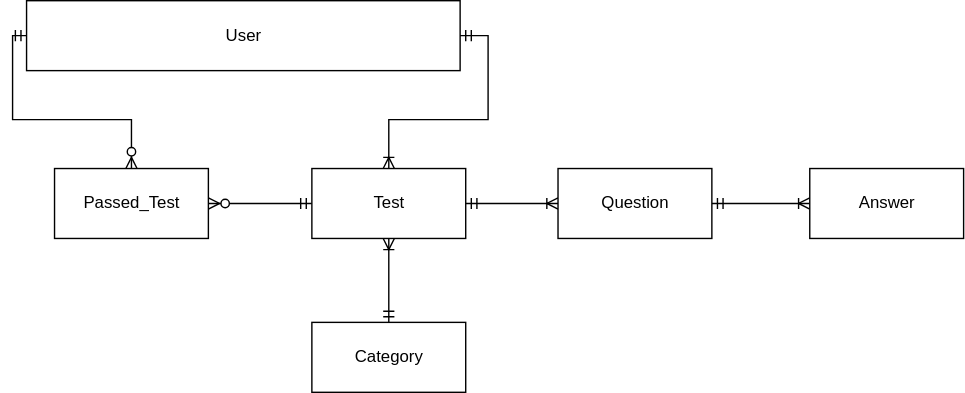
Above: public/Untitled Diagram.svg in lina1812/TestGuru (draw.io), before the change. Source tidied: cells renumbered, new cells last; positions are measured from the earlier drawing's top-left corner, leaving out a move shared by most shapes. The source it was exported from:
```xml
<mxGraphModel>
  <root>
    <mxCell id="0" />
    <mxCell id="1" parent="0" />
    <mxCell id="2" style="edgeStyle=orthogonalEdgeStyle;rounded=0;jettySize=auto;html=1;startArrow=ERmandOne;startFill=0;endArrow=ERzeroToMany;endFill=1;" parent="1" edge="1" source="3" target="7">
      <mxGeometry relative="1" as="geometry">
        <Array as="points">
          <mxPoint y="25" />
          <mxPoint y="85" />
          <mxPoint x="85" y="85" />
        </Array>
      </mxGeometry>
    </mxCell>
    <mxCell id="3" value="User" style="html=1;" parent="1" vertex="1">
      <mxGeometry x="10" width="310" height="50" as="geometry" />
    </mxCell>
    <mxCell id="4" style="edgeStyle=orthogonalEdgeStyle;rounded=0;jettySize=auto;html=1;entryX=1;entryY=0.5;entryDx=0;entryDy=0;startArrow=ERmandOne;startFill=0;endArrow=ERzeroToMany;endFill=1;" parent="1" edge="1" source="6" target="7">
      <mxGeometry relative="1" as="geometry" />
    </mxCell>
    <mxCell id="5" style="edgeStyle=orthogonalEdgeStyle;rounded=0;jettySize=auto;html=1;startArrow=ERmandOne;startFill=0;endArrow=ERoneToMany;endFill=0;" parent="1" edge="1" source="6" target="9">
      <mxGeometry relative="1" as="geometry" />
    </mxCell>
    <mxCell id="6" value="Test" style="html=1;" parent="1" vertex="1">
      <mxGeometry x="214" y="120" width="110" height="50" as="geometry" />
    </mxCell>
    <mxCell id="7" value="Passed_Test" style="html=1;" parent="1" vertex="1">
      <mxGeometry x="30" y="120" width="110" height="50" as="geometry" />
    </mxCell>
    <mxCell id="8" style="edgeStyle=orthogonalEdgeStyle;rounded=0;jettySize=auto;html=1;entryX=0;entryY=0.5;entryDx=0;entryDy=0;startArrow=ERmandOne;startFill=0;endArrow=ERoneToMany;endFill=0;" parent="1" edge="1" source="9" target="10">
      <mxGeometry relative="1" as="geometry" />
    </mxCell>
    <mxCell id="9" value="Question" style="html=1;" parent="1" vertex="1">
      <mxGeometry x="390" y="120" width="110" height="50" as="geometry" />
    </mxCell>
    <mxCell id="10" value="Answer" style="html=1;" parent="1" vertex="1">
      <mxGeometry x="570" y="120" width="110" height="50" as="geometry" />
    </mxCell>
    <mxCell id="11" style="edgeStyle=orthogonalEdgeStyle;rounded=0;jettySize=auto;html=1;startArrow=ERmandOne;startFill=0;endArrow=ERoneToMany;endFill=0;exitX=1;exitY=0.5;exitDx=0;exitDy=0;" parent="1" edge="1" source="3" target="6">
      <mxGeometry relative="1" as="geometry" />
    </mxCell>
    <mxCell id="12" style="edgeStyle=orthogonalEdgeStyle;rounded=0;jettySize=auto;html=1;startArrow=ERmandOne;startFill=0;endArrow=ERoneToMany;endFill=0;" parent="1" edge="1" source="13" target="6">
      <mxGeometry relative="1" as="geometry" />
    </mxCell>
    <mxCell id="13" value="Category" style="html=1;" parent="1" vertex="1">
      <mxGeometry x="214" y="230" width="110" height="50" as="geometry" />
    </mxCell>
  </root>
</mxGraphModel>
```
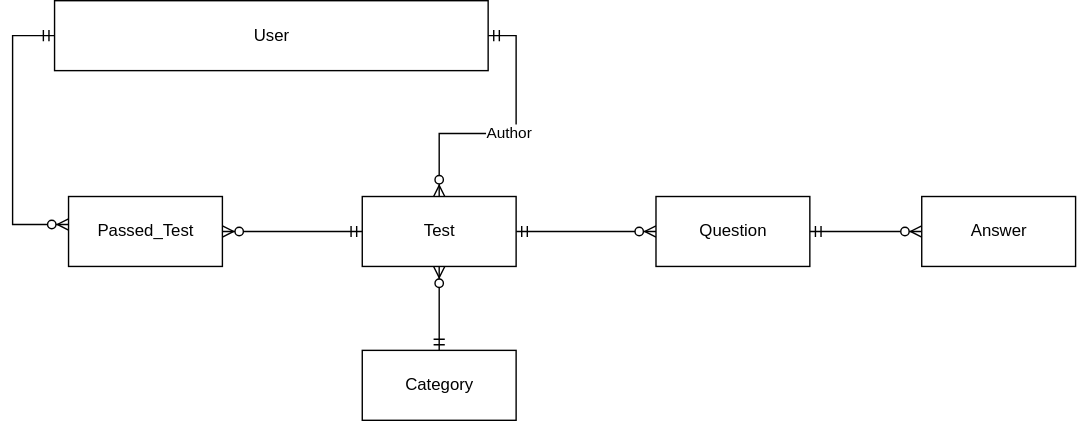
The same file after the commit.

What changed in the source:
```diff
@@ -5,44 +5,43 @@
     <mxCell id="2" style="edgeStyle=orthogonalEdgeStyle;rounded=0;jettySize=auto;html=1;startArrow=ERmandOne;startFill=0;endArrow=ERzeroToMany;endFill=1;" parent="1" edge="1" source="3" target="7">
       <mxGeometry relative="1" as="geometry">
         <Array as="points">
-          <mxPoint y="25" />
-          <mxPoint y="85" />
-          <mxPoint x="85" y="85" />
+          <mxPoint x="-50" y="-215" />
+          <mxPoint x="-50" y="-80" />
         </Array>
       </mxGeometry>
     </mxCell>
     <mxCell id="3" value="User" style="html=1;" parent="1" vertex="1">
-      <mxGeometry x="10" width="310" height="50" as="geometry" />
+      <mxGeometry x="-20" y="-240" width="310" height="50" as="geometry" />
     </mxCell>
     <mxCell id="4" style="edgeStyle=orthogonalEdgeStyle;rounded=0;jettySize=auto;html=1;entryX=1;entryY=0.5;entryDx=0;entryDy=0;startArrow=ERmandOne;startFill=0;endArrow=ERzeroToMany;endFill=1;" parent="1" edge="1" source="6" target="7">
       <mxGeometry relative="1" as="geometry" />
     </mxCell>
-    <mxCell id="5" style="edgeStyle=orthogonalEdgeStyle;rounded=0;jettySize=auto;html=1;startArrow=ERmandOne;startFill=0;endArrow=ERoneToMany;endFill=0;" parent="1" edge="1" source="6" target="9">
+    <mxCell id="5" style="edgeStyle=orthogonalEdgeStyle;rounded=0;jettySize=auto;html=1;startArrow=ERmandOne;startFill=0;endArrow=ERzeroToMany;endFill=1;" parent="1" edge="1" source="6" target="9">
       <mxGeometry relative="1" as="geometry" />
     </mxCell>
     <mxCell id="6" value="Test" style="html=1;" parent="1" vertex="1">
-      <mxGeometry x="214" y="120" width="110" height="50" as="geometry" />
+      <mxGeometry x="200" y="-100" width="110" height="50" as="geometry" />
     </mxCell>
     <mxCell id="7" value="Passed_Test" style="html=1;" parent="1" vertex="1">
-      <mxGeometry x="30" y="120" width="110" height="50" as="geometry" />
+      <mxGeometry x="-10" y="-100" width="110" height="50" as="geometry" />
     </mxCell>
-    <mxCell id="8" style="edgeStyle=orthogonalEdgeStyle;rounded=0;jettySize=auto;html=1;entryX=0;entryY=0.5;entryDx=0;entryDy=0;startArrow=ERmandOne;startFill=0;endArrow=ERoneToMany;endFill=0;" parent="1" edge="1" source="9" target="10">
+    <mxCell id="8" style="edgeStyle=orthogonalEdgeStyle;rounded=0;jettySize=auto;html=1;entryX=0;entryY=0.5;entryDx=0;entryDy=0;startArrow=ERmandOne;startFill=0;endArrow=ERzeroToMany;endFill=1;" parent="1" edge="1" source="9" target="10">
       <mxGeometry relative="1" as="geometry" />
     </mxCell>
     <mxCell id="9" value="Question" style="html=1;" parent="1" vertex="1">
-      <mxGeometry x="390" y="120" width="110" height="50" as="geometry" />
+      <mxGeometry x="410" y="-100" width="110" height="50" as="geometry" />
     </mxCell>
     <mxCell id="10" value="Answer" style="html=1;" parent="1" vertex="1">
-      <mxGeometry x="570" y="120" width="110" height="50" as="geometry" />
+      <mxGeometry x="600" y="-100" width="110" height="50" as="geometry" />
     </mxCell>
-    <mxCell id="11" style="edgeStyle=orthogonalEdgeStyle;rounded=0;jettySize=auto;html=1;startArrow=ERmandOne;startFill=0;endArrow=ERoneToMany;endFill=0;exitX=1;exitY=0.5;exitDx=0;exitDy=0;" parent="1" edge="1" source="3" target="6">
+    <mxCell id="11" value="Author" style="edgeStyle=orthogonalEdgeStyle;rounded=0;jettySize=auto;html=1;startArrow=ERmandOne;startFill=0;endArrow=ERzeroToMany;endFill=1;exitX=1;exitY=0.5;exitDx=0;exitDy=0;" parent="1" edge="1" source="3" target="6">
       <mxGeometry relative="1" as="geometry" />
     </mxCell>
-    <mxCell id="12" style="edgeStyle=orthogonalEdgeStyle;rounded=0;jettySize=auto;html=1;startArrow=ERmandOne;startFill=0;endArrow=ERoneToMany;endFill=0;" parent="1" edge="1" source="13" target="6">
+    <mxCell id="12" style="edgeStyle=orthogonalEdgeStyle;rounded=0;jettySize=auto;html=1;startArrow=ERmandOne;startFill=0;endArrow=ERzeroToMany;endFill=1;" parent="1" edge="1" source="13" target="6">
       <mxGeometry relative="1" as="geometry" />
     </mxCell>
     <mxCell id="13" value="Category" style="html=1;" parent="1" vertex="1">
-      <mxGeometry x="214" y="230" width="110" height="50" as="geometry" />
+      <mxGeometry x="200" y="10" width="110" height="50" as="geometry" />
     </mxCell>
   </root>
 </mxGraphModel>
```
